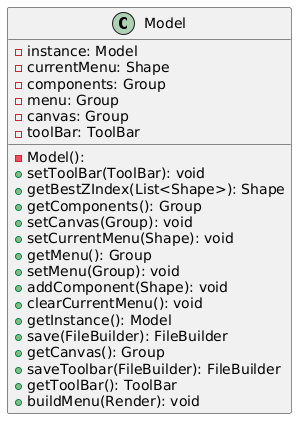
The PlantUML diagram res/singleton2.png in mchlln/ShapeEditor, before a commit. Its diagram source:
```plantuml
@startuml
top to bottom direction
skinparam linetype ortho

class Model {
  - Model():
  - instance: Model
  - currentMenu: Shape
  - components: Group
  - menu: Group
  - canvas: Group
  - toolBar: ToolBar
  + setToolBar(ToolBar): void
  + getBestZIndex(List<Shape>): Shape
  + getComponents(): Group
  + setCanvas(Group): void
  + setCurrentMenu(Shape): void
  + getMenu(): Group
  + setMenu(Group): void
  + addComponent(Shape): void
  + clearCurrentMenu(): void
  + getInstance(): Model
  + save(FileBuilder): FileBuilder
  + getCanvas(): Group
  + saveToolbar(FileBuilder): FileBuilder
  + getToolBar(): ToolBar
  + buildMenu(Render): void
}
@enduml
```
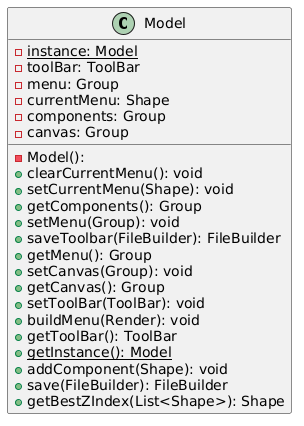
The same file after the commit.

Commit message:
static in uml

The edit, as a diff of the source:
```diff
@@ -4,26 +4,26 @@
 
 class Model {
   - Model():
-  - instance: Model
+  - {static} instance: Model
+  - toolBar: ToolBar
+  - menu: Group
   - currentMenu: Shape
   - components: Group
-  - menu: Group
   - canvas: Group
-  - toolBar: ToolBar
+  + clearCurrentMenu(): void
+  + setCurrentMenu(Shape): void
+  + getComponents(): Group
+  + setMenu(Group): void
+  + saveToolbar(FileBuilder): FileBuilder
+  + getMenu(): Group
+  + setCanvas(Group): void
+  + getCanvas(): Group
   + setToolBar(ToolBar): void
+  + buildMenu(Render): void
+  + getToolBar(): ToolBar
+  + {static} getInstance(): Model
+  + addComponent(Shape): void
+  + save(FileBuilder): FileBuilder
   + getBestZIndex(List<Shape>): Shape
-  + getComponents(): Group
-  + setCanvas(Group): void
-  + setCurrentMenu(Shape): void
-  + getMenu(): Group
-  + setMenu(Group): void
-  + addComponent(Shape): void
-  + clearCurrentMenu(): void
-  + getInstance(): Model
-  + save(FileBuilder): FileBuilder
-  + getCanvas(): Group
-  + saveToolbar(FileBuilder): FileBuilder
-  + getToolBar(): ToolBar
-  + buildMenu(Render): void
 }
 @enduml
```
